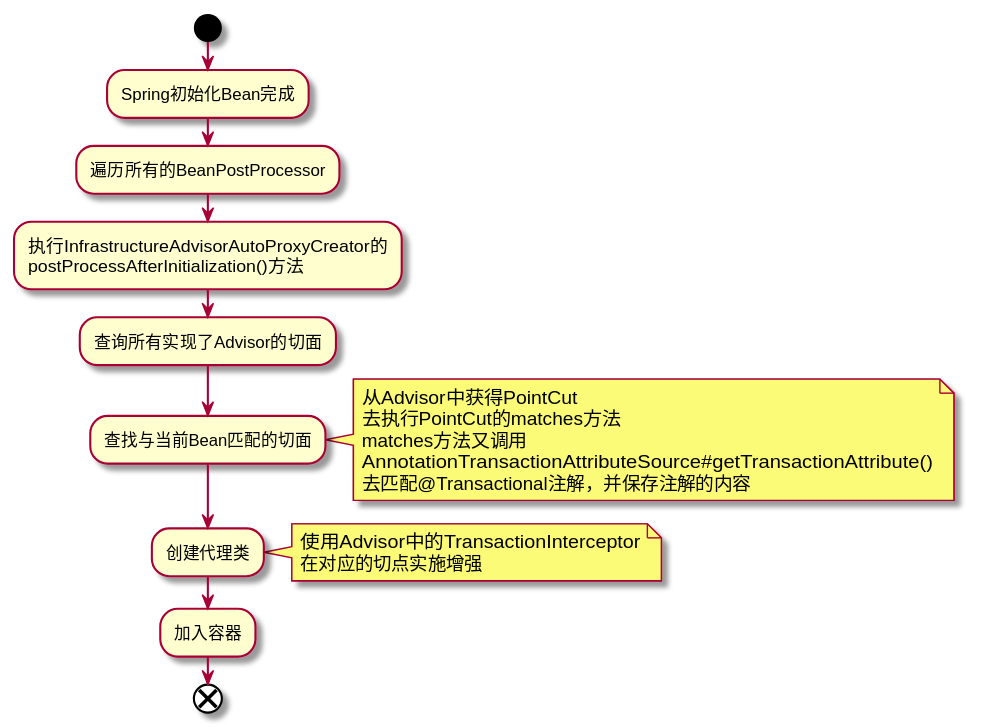
LaughXP/laugh keeps this PlantUML diagram as assets/img/tx_op.svg. Above is the earlier version.
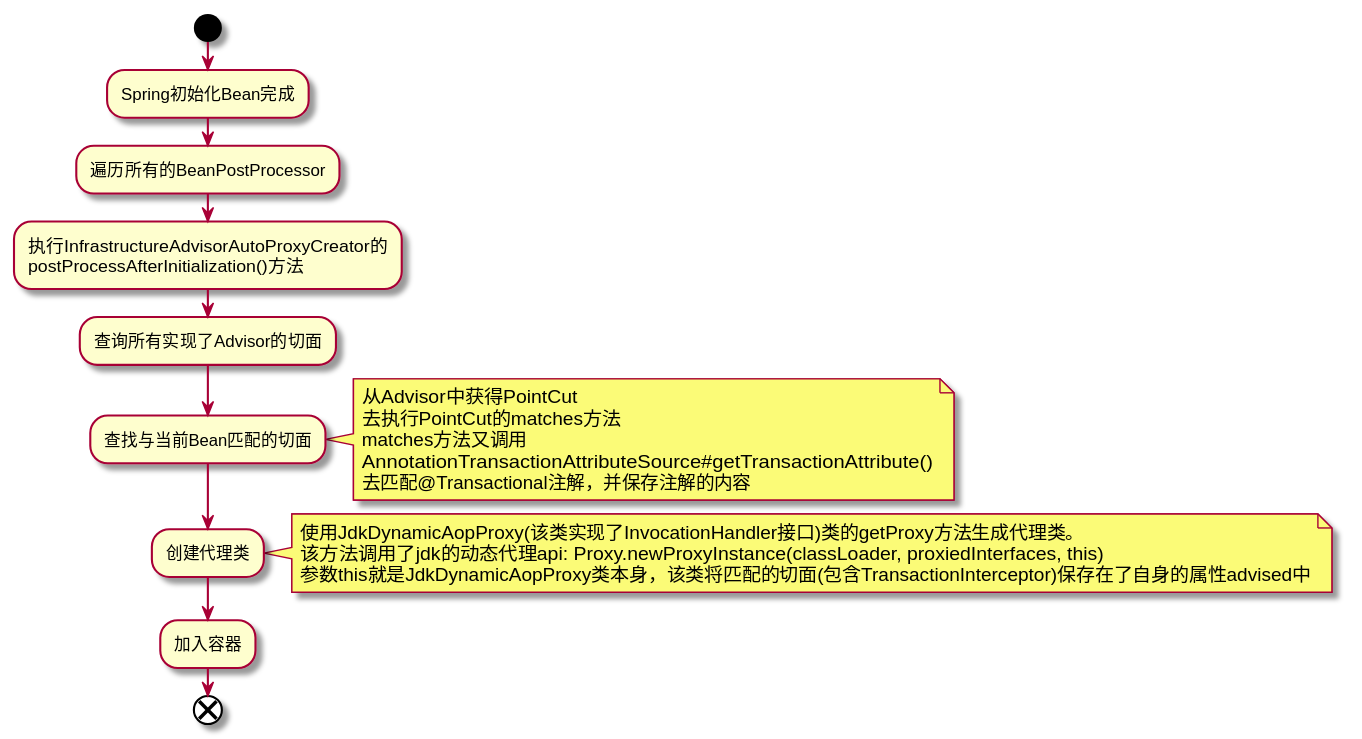
Later version of the same file.

The edit, as a diff of the source:
```diff
@@ -15,8 +15,9 @@
 end note
 :创建代理类;
 note right
-使用Advisor中的TransactionInterceptor
-在对应的切点实施增强
+使用JdkDynamicAopProxy(该类实现了InvocationHandler接口)类的getProxy方法生成代理类。
+该方法调用了jdk的动态代理api: Proxy.newProxyInstance(classLoader, proxiedInterfaces, this)
+参数this就是JdkDynamicAopProxy类本身，该类将匹配的切面(包含TransactionInterceptor)保存在了自身的属性advised中
 end note
 :加入容器;
 end
```
